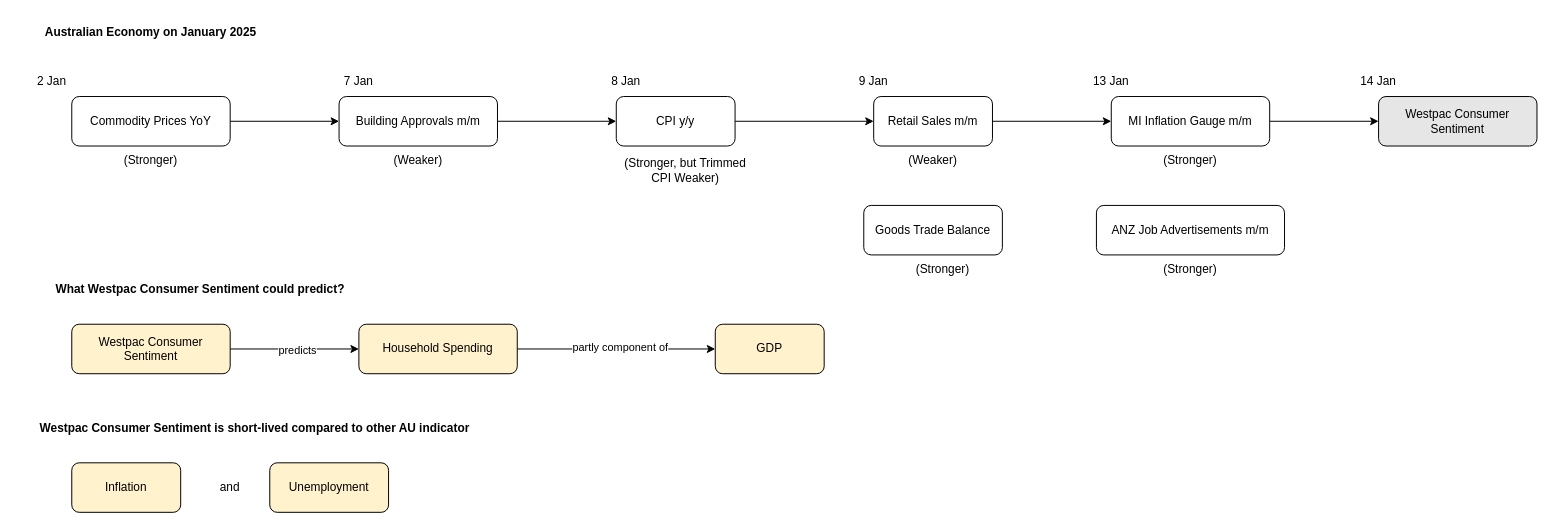
Earlier version of the draw.io diagram page "AU on Jan" (4 of 16) of macro-analysis.drawio (primprum/macro-analysis). Source tidied: cells renumbered, new cells numbered last; positions are measured from the earlier drawing's top-left corner, leaving out a move shared by most shapes. Both pictures are drawn from the tidied source at 99%, with x=0, y=0 at pixel (17, 17).
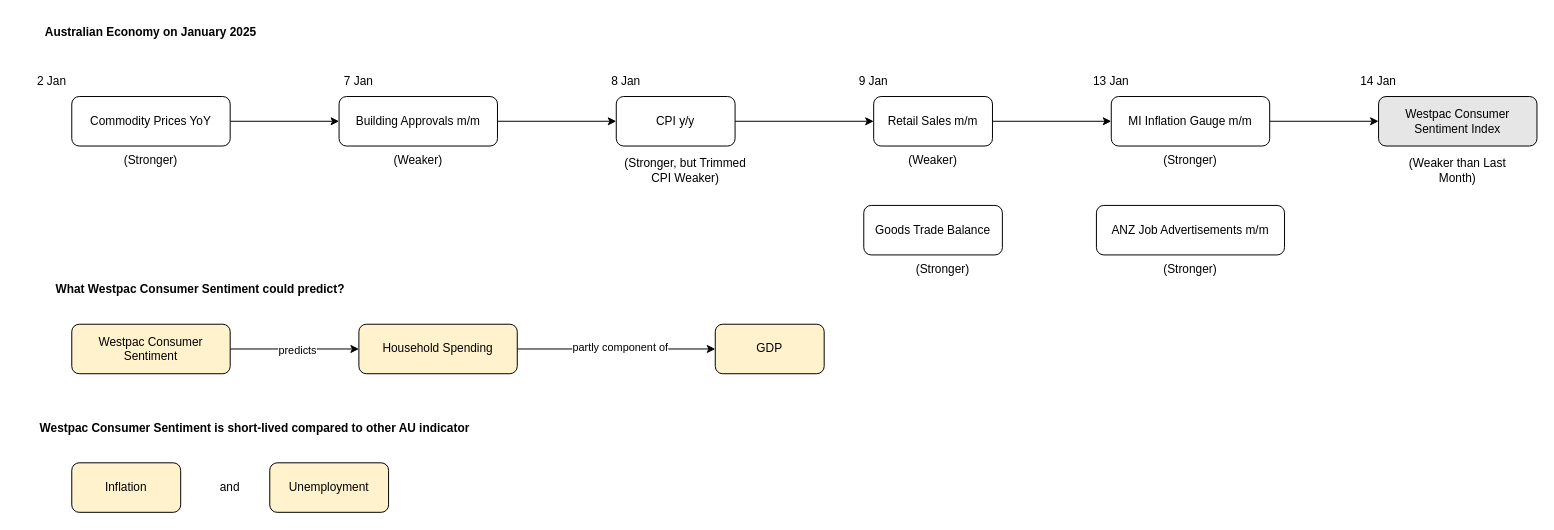
After the change.

Diff of the diagram source:
```diff
@@
-    <mxCell id="26" value="&lt;span class=&quot;calendar__event-title&quot;&gt;Westpac Consumer Sentiment&lt;/span&gt;" style="rounded=1;whiteSpace=wrap;html=1;fillColor=#E6E6E6;" parent="1" vertex="1">
+    <mxCell id="26" value="&lt;span class=&quot;calendar__event-title&quot;&gt;Westpac Consumer Sentiment&lt;/span&gt; Index" style="rounded=1;whiteSpace=wrap;html=1;fillColor=#E6E6E6;" parent="1" vertex="1">
       <mxGeometry x="1375" y="80" width="160" height="50" as="geometry" />
     </mxCell>
@@
+    <mxCell id="41" value="(Weaker than Last Month)" style="text;html=1;align=center;verticalAlign=middle;whiteSpace=wrap;rounded=0;" parent="1" vertex="1">
+      <mxGeometry x="1400" y="140" width="110" height="30" as="geometry" />
+    </mxCell>
```
